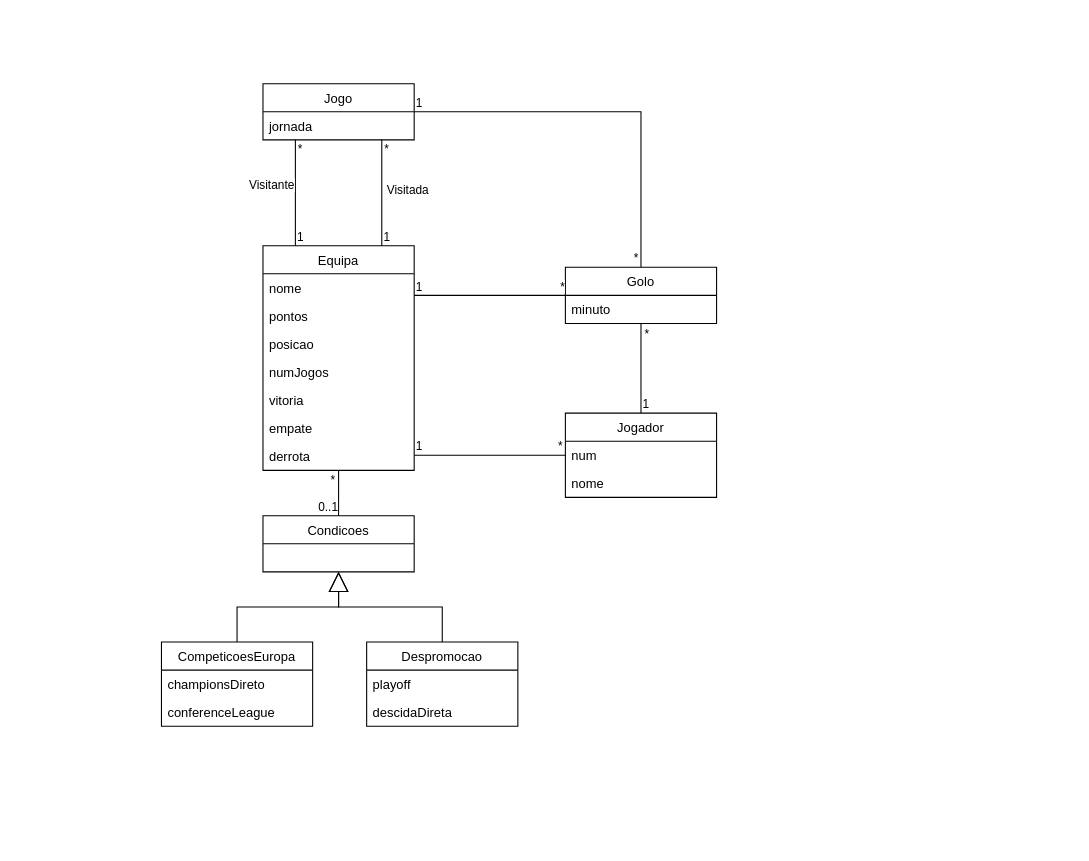
The draw.io diagram uml/primeira_liga.drawio in jamcunha/feup-bd, before the edit. Source tidied: cells renumbered, new cells numbered last; positions are measured from the earlier drawing's top-left corner, leaving out a move shared by most shapes. Both pictures are drawn from the tidied source at 108%, with x=0, y=0 at pixel (161, 83).
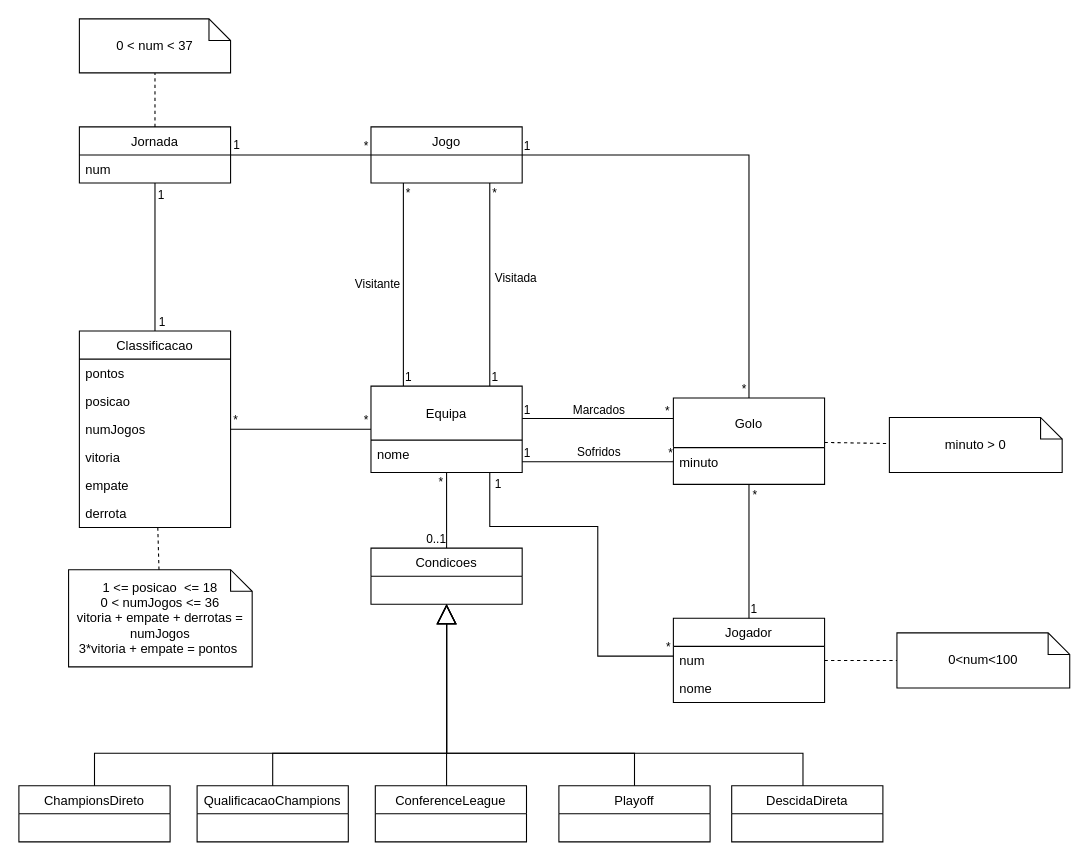
Above is the later version.

Commit message (it also covers changes not shown here):
mod uml, add beginning relational model

What changed in the source:
```diff
@@
-    <mxCell id="2" value="Equipa" style="swimlane;fontStyle=0;horizontal=1;startSize=26;fillColor=none;" parent="1" vertex="1">
-      <mxGeometry x="94" y="150" width="140" height="208" as="geometry" />
+    <mxCell id="2" value="Equipa" style="swimlane;fontStyle=0;horizontal=1;startSize=50;fillColor=none;" parent="1" vertex="1">
+      <mxGeometry x="194" y="280" width="140" height="80" as="geometry" />
     </mxCell>
     <mxCell id="3" value="nome" style="text;strokeColor=none;fillColor=none;align=left;verticalAlign=top;spacingLeft=4;spacingRight=4;overflow=hidden;" parent="2" vertex="1">
-      <mxGeometry y="26" width="140" height="26" as="geometry" />
+      <mxGeometry y="50" width="140" height="30" as="geometry" />
     </mxCell>
-    <mxCell id="4" value="pontos" style="text;strokeColor=none;fillColor=none;align=left;verticalAlign=top;spacingLeft=4;spacingRight=4;overflow=hidden;" parent="2" vertex="1">
-      <mxGeometry y="52" width="140" height="26" as="geometry" />
-    </mxCell>
-    <mxCell id="5" value="posicao" style="text;strokeColor=none;fillColor=none;align=left;verticalAlign=top;spacingLeft=4;spacingRight=4;overflow=hidden;" parent="2" vertex="1">
-      <mxGeometry y="78" width="140" height="26" as="geometry" />
-    </mxCell>
-    <mxCell id="6" value="numJogos" style="text;strokeColor=none;fillColor=none;align=left;verticalAlign=top;spacingLeft=4;spacingRight=4;overflow=hidden;" parent="2" vertex="1">
-      <mxGeometry y="104" width="140" height="26" as="geometry" />
-    </mxCell>
-    <mxCell id="7" value="vitoria" style="text;strokeColor=none;fillColor=none;align=left;verticalAlign=top;spacingLeft=4;spacingRight=4;overflow=hidden;" parent="2" vertex="1">
-      <mxGeometry y="130" width="140" height="26" as="geometry" />
-    </mxCell>
-    <mxCell id="8" value="empate" style="text;strokeColor=none;fillColor=none;align=left;verticalAlign=top;spacingLeft=4;spacingRight=4;overflow=hidden;" parent="2" vertex="1">
-      <mxGeometry y="156" width="140" height="26" as="geometry" />
-    </mxCell>
-    <mxCell id="9" value="derrota" style="text;strokeColor=none;fillColor=none;align=left;verticalAlign=top;spacingLeft=4;spacingRight=4;overflow=hidden;" parent="2" vertex="1">
-      <mxGeometry y="182" width="140" height="26" as="geometry" />
-    </mxCell>
     <mxCell id="10" value="Condicoes" style="swimlane;fontStyle=0;horizontal=1;startSize=26;fillColor=none;" parent="1" vertex="1">
-      <mxGeometry x="94" y="400" width="140" height="52" as="geometry" />
+      <mxGeometry x="194" y="430" width="140" height="52" as="geometry" />
     </mxCell>
-    <mxCell id="11" value="CompeticoesEuropa" style="swimlane;fontStyle=0;horizontal=1;startSize=26;fillColor=none;" parent="1" vertex="1">
-      <mxGeometry y="517" width="140" height="78" as="geometry" />
-    </mxCell>
-    <mxCell id="12" value="championsDireto" style="text;strokeColor=none;fillColor=none;align=left;verticalAlign=top;spacingLeft=4;spacingRight=4;overflow=hidden;" parent="11" vertex="1">
-      <mxGeometry y="26" width="140" height="26" as="geometry" />
-    </mxCell>
-    <mxCell id="13" value="conferenceLeague" style="text;strokeColor=none;fillColor=none;align=left;verticalAlign=top;spacingLeft=4;spacingRight=4;overflow=hidden;" parent="11" vertex="1">
-      <mxGeometry y="52" width="140" height="26" as="geometry" />
-    </mxCell>
-    <mxCell id="14" value="Despromocao" style="swimlane;fontStyle=0;horizontal=1;startSize=26;fillColor=none;" parent="1" vertex="1">
-      <mxGeometry x="190" y="517" width="140" height="78" as="geometry" />
-    </mxCell>
-    <mxCell id="15" value="playoff" style="text;strokeColor=none;fillColor=none;align=left;verticalAlign=top;spacingLeft=4;spacingRight=4;overflow=hidden;" parent="14" vertex="1">
-      <mxGeometry y="26" width="140" height="26" as="geometry" />
-    </mxCell>
-    <mxCell id="16" value="descidaDireta" style="text;strokeColor=none;fillColor=none;align=left;verticalAlign=top;spacingLeft=4;spacingRight=4;overflow=hidden;" parent="14" vertex="1">
-      <mxGeometry y="52" width="140" height="26" as="geometry" />
-    </mxCell>
-    <mxCell id="17" style="endArrow=block;endSize=16;endFill=0;html=1;rounded=0;edgeStyle=orthogonalEdgeStyle;" parent="1" edge="1" source="11" target="10">
-      <mxGeometry relative="1" as="geometry" />
-    </mxCell>
-    <mxCell id="18" style="endArrow=block;endSize=16;endFill=0;html=1;rounded=0;edgeStyle=orthogonalEdgeStyle;" parent="1" edge="1" source="14" target="10">
-      <mxGeometry relative="1" as="geometry" />
-    </mxCell>
@@
     <mxCell id="22" value="Jogo" style="swimlane;fontStyle=0;horizontal=1;startSize=26;fillColor=none;" parent="1" vertex="1">
-      <mxGeometry x="94" width="140" height="52" as="geometry" />
+      <mxGeometry x="194" y="40" width="140" height="52" as="geometry" />
     </mxCell>
-    <mxCell id="23" value="jornada" style="text;strokeColor=none;fillColor=none;align=left;verticalAlign=top;spacingLeft=4;spacingRight=4;overflow=hidden;" parent="22" vertex="1">
-      <mxGeometry y="26" width="140" height="26" as="geometry" />
-    </mxCell>
-    <mxCell id="24" value="Golo" style="swimlane;fontStyle=0;horizontal=1;startSize=26;fillColor=none;" parent="1" vertex="1">
-      <mxGeometry x="374" y="170" width="140" height="52" as="geometry" />
+    <mxCell id="24" value="Golo" style="swimlane;fontStyle=0;horizontal=1;startSize=46;fillColor=none;" parent="1" vertex="1">
+      <mxGeometry x="474" y="291" width="140" height="80" as="geometry" />
     </mxCell>
     <mxCell id="25" value="minuto" style="text;strokeColor=none;fillColor=none;align=left;verticalAlign=top;spacingLeft=4;spacingRight=4;overflow=hidden;" parent="24" vertex="1">
-      <mxGeometry y="26" width="140" height="26" as="geometry" />
+      <mxGeometry y="46" width="140" height="34" as="geometry" />
     </mxCell>
     <mxCell id="26" value="Jogador" style="swimlane;fontStyle=0;horizontal=1;startSize=26;fillColor=none;" parent="1" vertex="1">
-      <mxGeometry x="374" y="305" width="140" height="78" as="geometry" />
+      <mxGeometry x="474" y="495" width="140" height="78" as="geometry" />
     </mxCell>
@@
     <mxCell id="29" style="endArrow=none;html=1;rounded=0;edgeStyle=orthogonalEdgeStyle;" parent="1" edge="1" source="2" target="26">
       <mxGeometry relative="1" as="geometry">
         <Array as="points">
-          <mxPoint x="274" y="344" />
-          <mxPoint x="274" y="344" />
+          <mxPoint x="304" y="410" />
+          <mxPoint x="404" y="410" />
+          <mxPoint x="404" y="530" />
         </Array>
       </mxGeometry>
     </mxCell>
     <mxCell id="30" value="1" style="edgeLabel;html=1;align=left;verticalAlign=bottom;" parent="29" vertex="1">
-      <mxGeometry x="-1" relative="1" as="geometry" />
+      <mxGeometry x="-1" relative="1" as="geometry">
+        <mxPoint x="3" y="19" as="offset" />
+      </mxGeometry>
     </mxCell>
@@
     <mxCell id="32" style="endArrow=none;html=1;edgeStyle=orthogonalEdgeStyle;rounded=0;" parent="1" edge="1" source="2" target="22">
       <mxGeometry relative="1" as="geometry">
         <Array as="points">
-          <mxPoint x="124" y="100" />
-          <mxPoint x="124" y="100" />
+          <mxPoint x="224" y="100" />
+          <mxPoint x="224" y="100" />
         </Array>
       </mxGeometry>
     </mxCell>
@@
     <mxCell id="35" value="Visitante" style="edgeLabel;html=1;align=center;verticalAlign=middle;" parent="32" vertex="1">
       <mxGeometry x="0.26" y="3" relative="1" as="geometry">
-        <mxPoint x="-20" y="5" as="offset" />
+        <mxPoint x="-22" y="23" as="offset" />
       </mxGeometry>
     </mxCell>
     <mxCell id="36" style="endArrow=none;html=1;edgeStyle=orthogonalEdgeStyle;rounded=0;" parent="1" edge="1" source="2" target="22">
       <mxGeometry relative="1" as="geometry">
         <Array as="points">
-          <mxPoint x="204" y="110" />
-          <mxPoint x="204" y="110" />
+          <mxPoint x="304" y="110" />
+          <mxPoint x="304" y="110" />
         </Array>
       </mxGeometry>
     </mxCell>
@@
     <mxCell id="40" style="endArrow=none;html=1;edgeStyle=orthogonalEdgeStyle;rounded=0;" parent="1" edge="1" source="2" target="24">
       <mxGeometry relative="1" as="geometry">
         <Array as="points">
-          <mxPoint x="274" y="196" />
-          <mxPoint x="274" y="196" />
+          <mxPoint x="404" y="310" />
+          <mxPoint x="404" y="310" />
         </Array>
       </mxGeometry>
     </mxCell>
@@
     <mxCell id="42" value="*" style="edgeLabel;html=1;align=right;verticalAlign=bottom;" parent="40" vertex="1">
-      <mxGeometry x="1" relative="1" as="geometry" />
+      <mxGeometry x="1" relative="1" as="geometry">
+        <mxPoint x="-3" y="1" as="offset" />
+      </mxGeometry>
     </mxCell>
+    <mxCell id="49" value="Marcados" style="edgeLabel;html=1;align=center;verticalAlign=middle;" parent="40" vertex="1">
+      <mxGeometry x="-0.1" y="-1" relative="1" as="geometry">
+        <mxPoint x="7" y="-10" as="offset" />
+      </mxGeometry>
+    </mxCell>
@@
+    <mxCell id="50" value="Classificacao" style="swimlane;fontStyle=0;horizontal=1;startSize=26;fillColor=none;" parent="1" vertex="1">
+      <mxGeometry x="-76" y="229" width="140" height="182" as="geometry" />
+    </mxCell>
+    <mxCell id="4" value="pontos" style="text;strokeColor=none;fillColor=none;align=left;verticalAlign=top;spacingLeft=4;spacingRight=4;overflow=hidden;" parent="50" vertex="1">
+      <mxGeometry y="26" width="140" height="26" as="geometry" />
+    </mxCell>
+    <mxCell id="5" value="posicao" style="text;strokeColor=none;fillColor=none;align=left;verticalAlign=top;spacingLeft=4;spacingRight=4;overflow=hidden;" parent="50" vertex="1">
+      <mxGeometry y="52" width="140" height="26" as="geometry" />
+    </mxCell>
+    <mxCell id="6" value="numJogos" style="text;strokeColor=none;fillColor=none;align=left;verticalAlign=top;spacingLeft=4;spacingRight=4;overflow=hidden;" parent="50" vertex="1">
+      <mxGeometry y="78" width="140" height="26" as="geometry" />
+    </mxCell>
+    <mxCell id="7" value="vitoria" style="text;strokeColor=none;fillColor=none;align=left;verticalAlign=top;spacingLeft=4;spacingRight=4;overflow=hidden;" parent="50" vertex="1">
+      <mxGeometry y="104" width="140" height="26" as="geometry" />
+    </mxCell>
+    <mxCell id="8" value="empate" style="text;strokeColor=none;fillColor=none;align=left;verticalAlign=top;spacingLeft=4;spacingRight=4;overflow=hidden;" parent="50" vertex="1">
+      <mxGeometry y="130" width="140" height="26" as="geometry" />
+    </mxCell>
+    <mxCell id="9" value="derrota" style="text;strokeColor=none;fillColor=none;align=left;verticalAlign=top;spacingLeft=4;spacingRight=4;overflow=hidden;" parent="50" vertex="1">
+      <mxGeometry y="156" width="140" height="26" as="geometry" />
+    </mxCell>
+    <mxCell id="51" style="endArrow=none;html=1;edgeStyle=orthogonalEdgeStyle;rounded=0;" parent="1" edge="1" source="50" target="2">
+      <mxGeometry relative="1" as="geometry" />
+    </mxCell>
+    <mxCell id="52" value="*" style="edgeLabel;html=1;align=left;verticalAlign=bottom;" parent="51" vertex="1">
+      <mxGeometry x="-1" relative="1" as="geometry">
+        <mxPoint x="1" as="offset" />
+      </mxGeometry>
+    </mxCell>
+    <mxCell id="53" value="*" style="edgeLabel;html=1;align=right;verticalAlign=bottom;" parent="51" vertex="1">
+      <mxGeometry x="1" relative="1" as="geometry">
+        <mxPoint x="-2" as="offset" />
+      </mxGeometry>
+    </mxCell>
+    <mxCell id="54" value="Jornada" style="swimlane;fontStyle=0;horizontal=1;startSize=26;fillColor=none;" parent="1" vertex="1">
+      <mxGeometry x="-76" y="40" width="140" height="52" as="geometry" />
+    </mxCell>
+    <mxCell id="55" value="num" style="text;strokeColor=none;fillColor=none;align=left;verticalAlign=top;spacingLeft=4;spacingRight=4;overflow=hidden;" parent="54" vertex="1">
+      <mxGeometry y="26" width="140" height="26" as="geometry" />
+    </mxCell>
+    <mxCell id="56" style="endArrow=none;html=1;edgeStyle=orthogonalEdgeStyle;rounded=0;" parent="1" edge="1" source="54" target="50">
+      <mxGeometry relative="1" as="geometry" />
+    </mxCell>
+    <mxCell id="57" value="1" style="edgeLabel;html=1;align=left;verticalAlign=bottom;" parent="56" vertex="1">
+      <mxGeometry x="-1" relative="1" as="geometry">
+        <mxPoint x="1" y="19" as="offset" />
+      </mxGeometry>
+    </mxCell>
+    <mxCell id="58" value="1" style="edgeLabel;html=1;align=right;verticalAlign=bottom;" parent="56" vertex="1">
+      <mxGeometry x="1" relative="1" as="geometry">
+        <mxPoint x="10" as="offset" />
+      </mxGeometry>
+    </mxCell>
+    <mxCell id="59" style="endArrow=none;html=1;edgeStyle=orthogonalEdgeStyle;rounded=0;" parent="1" edge="1" source="54" target="22">
+      <mxGeometry relative="1" as="geometry" />
+    </mxCell>
+    <mxCell id="60" value="1" style="edgeLabel;html=1;align=left;verticalAlign=bottom;" parent="59" vertex="1">
+      <mxGeometry x="-1" relative="1" as="geometry">
+        <mxPoint x="1" y="-1" as="offset" />
+      </mxGeometry>
+    </mxCell>
+    <mxCell id="61" value="*" style="edgeLabel;html=1;align=right;verticalAlign=bottom;" parent="59" vertex="1">
+      <mxGeometry x="1" relative="1" as="geometry">
+        <mxPoint x="-2" as="offset" />
+      </mxGeometry>
+    </mxCell>
+    <mxCell id="62" style="endArrow=none;html=1;edgeStyle=orthogonalEdgeStyle;rounded=0;" parent="1" edge="1" source="2" target="24">
+      <mxGeometry relative="1" as="geometry">
+        <Array as="points">
+          <mxPoint x="404" y="350" />
+          <mxPoint x="404" y="350" />
+        </Array>
+      </mxGeometry>
+    </mxCell>
+    <mxCell id="63" value="1" style="edgeLabel;html=1;align=left;verticalAlign=bottom;" parent="62" vertex="1">
+      <mxGeometry x="-1" relative="1" as="geometry" />
+    </mxCell>
+    <mxCell id="64" value="*" style="edgeLabel;html=1;align=right;verticalAlign=bottom;" parent="62" vertex="1">
+      <mxGeometry x="1" relative="1" as="geometry" />
+    </mxCell>
+    <mxCell id="65" value="Sofridos" style="edgeLabel;html=1;align=center;verticalAlign=middle;" parent="62" vertex="1">
+      <mxGeometry x="0.04" relative="1" as="geometry">
+        <mxPoint x="-3" y="-10" as="offset" />
+      </mxGeometry>
+    </mxCell>
+    <mxCell id="66" value="minuto &amp;gt; 0" style="shape=note;size=20;whiteSpace=wrap;html=1;" parent="1" vertex="1">
+      <mxGeometry x="674" y="309" width="160" height="51" as="geometry" />
+    </mxCell>
+    <mxCell id="67" value="0&amp;lt;num&amp;lt;100" style="shape=note;size=20;whiteSpace=wrap;html=1;" parent="1" vertex="1">
+      <mxGeometry x="681" y="508.5" width="160" height="51" as="geometry" />
+    </mxCell>
+    <mxCell id="68" value="0 &amp;lt; num &amp;lt; 37" style="shape=note;size=20;whiteSpace=wrap;html=1;" parent="1" vertex="1">
+      <mxGeometry x="-76" y="-60" width="140" height="50" as="geometry" />
+    </mxCell>
+    <mxCell id="69" value="1 &amp;lt;= posicao&amp;nbsp; &amp;lt;= 18&lt;br&gt;0 &amp;lt; numJogos &amp;lt;= 36&lt;br&gt;vitoria + empate + derrotas = numJogos&lt;br&gt;3*vitoria + empate = pontos&amp;nbsp;" style="shape=note;size=20;whiteSpace=wrap;html=1;" parent="1" vertex="1">
+      <mxGeometry x="-86" y="450" width="170" height="90" as="geometry" />
+    </mxCell>
+    <mxCell id="70" style="endArrow=none;dashed=1;html=1;rounded=0;" parent="1" edge="1" source="69" target="50">
+      <mxGeometry relative="1" as="geometry" />
+    </mxCell>
+    <mxCell id="71" style="endArrow=none;dashed=1;html=1;rounded=0;" parent="1" edge="1" source="54" target="68">
+      <mxGeometry relative="1" as="geometry" />
+    </mxCell>
+    <mxCell id="72" style="endArrow=none;dashed=1;html=1;rounded=0;" parent="1" edge="1" source="24" target="66">
+      <mxGeometry relative="1" as="geometry" />
+    </mxCell>
+    <mxCell id="73" style="endArrow=none;dashed=1;html=1;rounded=0;" parent="1" edge="1" source="26" target="67">
+      <mxGeometry relative="1" as="geometry" />
+    </mxCell>
+    <mxCell id="74" value="ChampionsDireto" style="swimlane;fontStyle=0;horizontal=1;startSize=26;fillColor=none;" parent="1" vertex="1">
+      <mxGeometry x="-132" y="650" width="140" height="52" as="geometry" />
+    </mxCell>
+    <mxCell id="75" value="ConferenceLeague" style="swimlane;fontStyle=0;horizontal=1;startSize=26;fillColor=none;" parent="1" vertex="1">
+      <mxGeometry x="198" y="650" width="140" height="52" as="geometry" />
+    </mxCell>
+    <mxCell id="76" value="Playoff" style="swimlane;fontStyle=0;horizontal=1;startSize=26;fillColor=none;" parent="1" vertex="1">
+      <mxGeometry x="368" y="650" width="140" height="52" as="geometry" />
+    </mxCell>
+    <mxCell id="77" value="DescidaDireta" style="swimlane;fontStyle=0;horizontal=1;startSize=26;fillColor=none;" parent="1" vertex="1">
+      <mxGeometry x="528" y="650" width="140" height="52" as="geometry" />
+    </mxCell>
+    <mxCell id="78" style="endArrow=block;endSize=16;endFill=0;html=1;rounded=0;edgeStyle=orthogonalEdgeStyle;" parent="1" edge="1" source="74" target="10">
+      <mxGeometry relative="1" as="geometry">
+        <Array as="points">
+          <mxPoint x="-62" y="620" />
+          <mxPoint x="264" y="620" />
+        </Array>
+      </mxGeometry>
+    </mxCell>
+    <mxCell id="79" style="endArrow=block;endSize=16;endFill=0;html=1;rounded=0;edgeStyle=orthogonalEdgeStyle;" parent="1" edge="1" source="75" target="10">
+      <mxGeometry relative="1" as="geometry">
+        <Array as="points">
+          <mxPoint x="264" y="620" />
+          <mxPoint x="264" y="620" />
+        </Array>
+      </mxGeometry>
+    </mxCell>
+    <mxCell id="80" style="endArrow=block;endSize=16;endFill=0;html=1;rounded=0;edgeStyle=orthogonalEdgeStyle;" parent="1" edge="1" source="76" target="10">
+      <mxGeometry relative="1" as="geometry">
+        <Array as="points">
+          <mxPoint x="438" y="620" />
+          <mxPoint x="264" y="620" />
+        </Array>
+      </mxGeometry>
+    </mxCell>
+    <mxCell id="81" style="endArrow=block;endSize=16;endFill=0;html=1;rounded=0;edgeStyle=orthogonalEdgeStyle;" parent="1" edge="1" source="77" target="10">
+      <mxGeometry relative="1" as="geometry">
+        <Array as="points">
+          <mxPoint x="594" y="620" />
+          <mxPoint x="264" y="620" />
+        </Array>
+      </mxGeometry>
+    </mxCell>
+    <mxCell id="82" value="QualificacaoChampions" style="swimlane;fontStyle=0;horizontal=1;startSize=26;fillColor=none;" parent="1" vertex="1">
+      <mxGeometry x="33" y="650" width="140" height="52" as="geometry" />
+    </mxCell>
+    <mxCell id="83" style="endArrow=block;endSize=16;endFill=0;html=1;rounded=0;edgeStyle=orthogonalEdgeStyle;" parent="1" edge="1" source="82" target="10">
+      <mxGeometry relative="1" as="geometry">
+        <Array as="points">
+          <mxPoint x="103" y="620" />
+          <mxPoint x="264" y="620" />
+        </Array>
+      </mxGeometry>
+    </mxCell>
```
